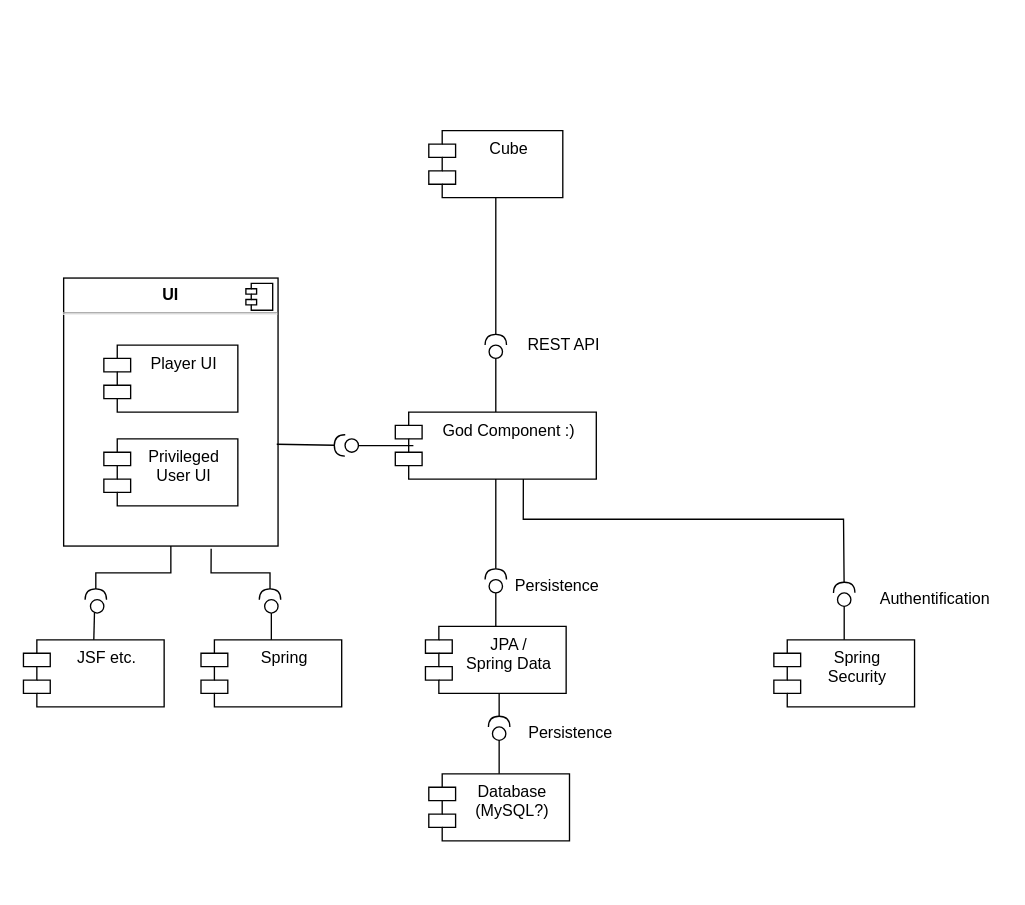
Before: diagrams/component_diagram.drawio in b-ertel/TimeGuess-Game, a draw.io diagram. Source tidied: cells renumbered, new cells numbered last; positions are measured from the earlier drawing's top-left corner, leaving out a move shared by most shapes. Both pictures are drawn from the tidied source at 134%, with x=0, y=0 at pixel (23, 130).
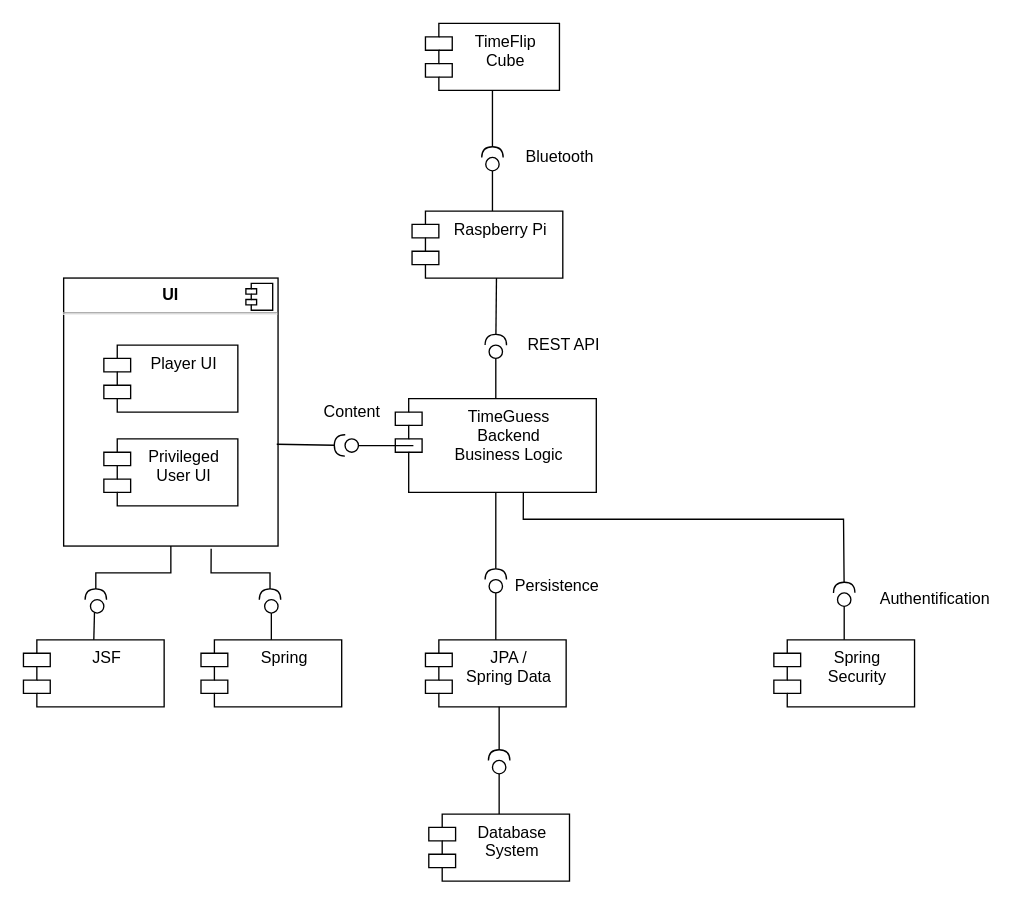
Above is the later version.

Commit message (it also covers changes not shown here):
update component diagram

Unchanged cells that the change refers to:
```xml
<mxCell id="24" style="ellipse;whiteSpace=wrap;html=1;fontFamily=Helvetica;fontSize=12;fontColor=#000000;align=center;strokeColor=#000000;fillColor=#ffffff;points=[];" parent="1" vertex="1">
  <mxGeometry x="347.5" y="160" width="10" height="10" as="geometry" />
</mxCell>
```

Change to the diagram source:
```diff
@@
-    <mxCell id="2" value="JSF etc." style="shape=module;align=left;spacingLeft=20;align=center;verticalAlign=top;" parent="1" vertex="1">
+    <mxCell id="2" value="JSF" style="shape=module;align=left;spacingLeft=20;align=center;verticalAlign=top;" parent="1" vertex="1">
       <mxGeometry y="380" width="105" height="50" as="geometry" />
     </mxCell>
@@
     <mxCell id="11" value="JPA /&#10;Spring Data&#10;" style="shape=module;align=left;spacingLeft=20;align=center;verticalAlign=top;" parent="1" vertex="1">
-      <mxGeometry x="300" y="370" width="105" height="50" as="geometry" />
+      <mxGeometry x="300" y="380" width="105" height="50" as="geometry" />
     </mxCell>
@@
-    <mxCell id="20" value="God Component :)" style="shape=module;align=left;spacingLeft=20;align=center;verticalAlign=top;" parent="1" vertex="1">
-      <mxGeometry x="277.5" y="210" width="150" height="50" as="geometry" />
+    <mxCell id="20" value="TimeGuess&#10;Backend&#10;Business Logic&#10;" style="shape=module;align=left;spacingLeft=20;align=center;verticalAlign=top;" parent="1" vertex="1">
+      <mxGeometry x="277.5" y="200" width="150" height="70" as="geometry" />
     </mxCell>
-    <mxCell id="21" value="Cube" style="shape=module;align=left;spacingLeft=20;align=center;verticalAlign=top;" parent="1" vertex="1">
-      <mxGeometry x="302.5" width="100" height="50" as="geometry" />
+    <mxCell id="21" value="Raspberry Pi" style="shape=module;align=left;spacingLeft=20;align=center;verticalAlign=top;" parent="1" vertex="1">
+      <mxGeometry x="290" y="60" width="112.5" height="50" as="geometry" />
     </mxCell>
@@
-    <mxCell id="23" style="rounded=0;jettySize=auto;html=1;endArrow=halfCircle;endFill=0;endSize=6;strokeWidth=1;exitX=0.5;exitY=1;exitDx=0;exitDy=0;" parent="1" edge="1" source="21" target="24">
-      <mxGeometry relative="1" as="geometry" />
+    <mxCell id="23" style="rounded=0;jettySize=auto;html=1;endArrow=halfCircle;endFill=0;endSize=6;strokeWidth=1;" parent="1" edge="1" target="24">
+      <mxGeometry relative="1" as="geometry">
+        <mxPoint x="353" y="110" as="sourcePoint" />
+      </mxGeometry>
     </mxCell>
@@
-    <mxCell id="29" value="Database&#10;(MySQL?)&#10;&#10;&#10;" style="shape=module;align=left;spacingLeft=20;align=center;verticalAlign=top;" parent="1" vertex="1">
-      <mxGeometry x="302.5" y="480" width="105" height="50" as="geometry" />
+    <mxCell id="29" value="Database&#10;System&#10;" style="shape=module;align=left;spacingLeft=20;align=center;verticalAlign=top;" parent="1" vertex="1">
+      <mxGeometry x="302.5" y="510" width="105" height="50" as="geometry" />
     </mxCell>
-    <mxCell id="30" style="rounded=0;jettySize=auto;html=1;endArrow=none;endFill=0;exitX=0.5;exitY=0;exitDx=0;exitDy=0;" parent="1" edge="1" source="29" target="31">
-      <mxGeometry relative="1" as="geometry" />
+    <mxCell id="30" style="rounded=0;jettySize=auto;html=1;endArrow=none;endFill=0;exitX=0.5;exitY=0;exitDx=0;exitDy=0;" parent="1" edge="1" source="29">
+      <mxGeometry relative="1" as="geometry">
+        <mxPoint x="355" y="480" as="targetPoint" />
+      </mxGeometry>
     </mxCell>
     <mxCell id="31" style="ellipse;whiteSpace=wrap;html=1;fontFamily=Helvetica;fontSize=12;fontColor=#000000;align=center;strokeColor=#000000;fillColor=#ffffff;points=[];" parent="1" vertex="1">
-      <mxGeometry x="350" y="445" width="10" height="10" as="geometry" />
+      <mxGeometry x="350" y="470" width="10" height="10" as="geometry" />
     </mxCell>
-    <mxCell id="32" style="rounded=0;jettySize=auto;html=1;endArrow=halfCircle;endFill=0;endSize=6;strokeWidth=1;exitX=0.5;exitY=1;exitDx=0;exitDy=0;" parent="1" edge="1" target="31">
+    <mxCell id="32" style="rounded=0;jettySize=auto;html=1;endArrow=halfCircle;endFill=0;endSize=6;strokeWidth=1;" parent="1" edge="1" target="31">
       <mxGeometry relative="1" as="geometry">
-        <mxPoint x="355" y="420" as="sourcePoint" />
+        <mxPoint x="355" y="430" as="sourcePoint" />
       </mxGeometry>
     </mxCell>
-    <mxCell id="33" value="&lt;div&gt;Persistence&lt;/div&gt;" style="text;html=1;align=center;verticalAlign=middle;" parent="1" vertex="1">
-      <mxGeometry x="367.5" y="440" width="80" height="20" as="geometry" />
-    </mxCell>
@@
+    <mxCell id="38" value="TimeFlip&#10;Cube&#10;" style="shape=module;align=left;spacingLeft=20;align=center;verticalAlign=top;" parent="1" vertex="1">
+      <mxGeometry x="300" y="-80" width="100" height="50" as="geometry" />
+    </mxCell>
+    <mxCell id="39" style="rounded=0;jettySize=auto;html=1;endArrow=none;endFill=0;exitX=0.5;exitY=0;exitDx=0;exitDy=0;" parent="1" edge="1" target="41">
+      <mxGeometry relative="1" as="geometry">
+        <mxPoint x="350" y="60" as="sourcePoint" />
+      </mxGeometry>
+    </mxCell>
+    <mxCell id="40" style="rounded=0;jettySize=auto;html=1;endArrow=halfCircle;endFill=0;endSize=6;strokeWidth=1;exitX=0.5;exitY=1;exitDx=0;exitDy=0;" parent="1" edge="1" source="38" target="41">
+      <mxGeometry relative="1" as="geometry" />
+    </mxCell>
+    <mxCell id="41" style="ellipse;whiteSpace=wrap;html=1;fontFamily=Helvetica;fontSize=12;fontColor=#000000;align=center;strokeColor=#000000;fillColor=#ffffff;points=[];" parent="1" vertex="1">
+      <mxGeometry x="345" y="20" width="10" height="10" as="geometry" />
+    </mxCell>
+    <mxCell id="42" value="Bluetooth" style="text;html=1;align=center;verticalAlign=middle;" parent="1" vertex="1">
+      <mxGeometry x="365" y="10" width="70" height="20" as="geometry" />
+    </mxCell>
+    <mxCell id="43" value="&lt;div&gt;Content&lt;/div&gt;" style="text;html=1;align=center;verticalAlign=middle;" parent="1" vertex="1">
+      <mxGeometry x="215" y="200" width="60" height="20" as="geometry" />
+    </mxCell>
```
